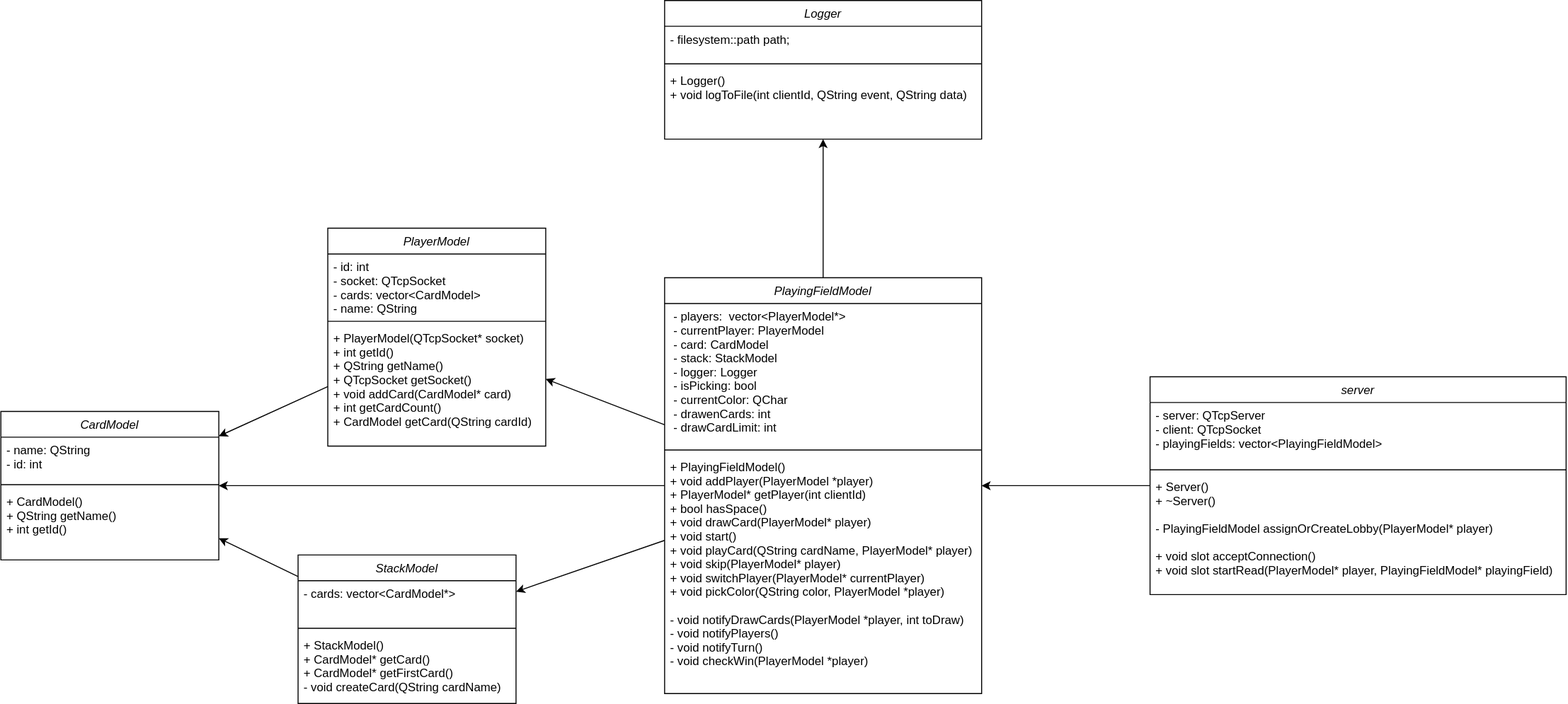
This is UNO_Server.svg from MaikScheler/uno, a draw.io export, as it was before one commit. Source tidied: cells renumbered, new cells last; positions are measured from the earlier drawing's top-left corner, leaving out a move shared by most shapes. The source it was exported from:
```xml
<mxGraphModel>
  <root>
    <mxCell id="0" />
    <mxCell id="1" parent="0" />
    <mxCell id="2" value="CardModel" style="swimlane;fontStyle=2;align=center;verticalAlign=top;horizontal=1;startSize=26;rounded=0;shadow=0;strokeWidth=1;" parent="1" vertex="1">
      <mxGeometry y="415" width="220" height="150" as="geometry" />
    </mxCell>
    <mxCell id="3" value="- name: QString&#10;- id: int" style="text;align=left;verticalAlign=top;spacingLeft=4;spacingRight=4;overflow=hidden;" parent="2" vertex="1">
      <mxGeometry y="26" width="220" height="44" as="geometry" />
    </mxCell>
    <mxCell id="4" style="line;html=1;strokeWidth=1;align=left;verticalAlign=middle;spacingTop=-1;spacingLeft=3;spacingRight=3;labelPosition=right;" parent="2" vertex="1">
      <mxGeometry y="70" width="220" height="8" as="geometry" />
    </mxCell>
    <mxCell id="5" value="+ CardModel()&#10;+ QString getName()&#10;+ int getId()" style="text;align=left;verticalAlign=top;spacingLeft=4;spacingRight=4;overflow=hidden;" parent="2" vertex="1">
      <mxGeometry y="78" width="220" height="62" as="geometry" />
    </mxCell>
    <mxCell id="6" value="PlayerModel" style="swimlane;fontStyle=2;align=center;verticalAlign=top;horizontal=1;startSize=26;rounded=0;shadow=0;strokeWidth=1;" parent="1" vertex="1">
      <mxGeometry x="330" y="230" width="220" height="220" as="geometry" />
    </mxCell>
    <mxCell id="7" value="- id: int&#10;- socket: QTcpSocket&#10;- cards: vector&lt;CardModel&gt;&#10;- name: QString" style="text;align=left;verticalAlign=top;spacingLeft=4;spacingRight=4;overflow=hidden;" parent="6" vertex="1">
      <mxGeometry y="26" width="220" height="64" as="geometry" />
    </mxCell>
    <mxCell id="8" style="line;html=1;strokeWidth=1;align=left;verticalAlign=middle;spacingTop=-1;spacingLeft=3;spacingRight=3;labelPosition=right;" parent="6" vertex="1">
      <mxGeometry y="90" width="220" height="8" as="geometry" />
    </mxCell>
    <mxCell id="9" value="+ PlayerModel(QTcpSocket* socket)&#10;+ int getId()&#10;+ QString getName()&#10;+ QTcpSocket getSocket()&#10;+ void addCard(CardModel* card)&#10;+ int getCardCount()&#10;+ CardModel getCard(QString cardId)" style="text;align=left;verticalAlign=top;spacingLeft=4;spacingRight=4;overflow=hidden;" parent="6" vertex="1">
      <mxGeometry y="98" width="220" height="122" as="geometry" />
    </mxCell>
    <mxCell id="10" value="server" style="swimlane;fontStyle=2;align=center;verticalAlign=top;horizontal=1;startSize=26;rounded=0;shadow=0;strokeWidth=1;" parent="1" vertex="1">
      <mxGeometry x="1160" y="380" width="420" height="220" as="geometry" />
    </mxCell>
    <mxCell id="11" value="- server: QTcpServer&#10;- client: QTcpSocket&#10;- playingFields: vector&lt;PlayingFieldModel&gt;" style="text;align=left;verticalAlign=top;spacingLeft=4;spacingRight=4;overflow=hidden;" parent="10" vertex="1">
      <mxGeometry y="26" width="420" height="64" as="geometry" />
    </mxCell>
    <mxCell id="12" style="line;html=1;strokeWidth=1;align=left;verticalAlign=middle;spacingTop=-1;spacingLeft=3;spacingRight=3;labelPosition=right;" parent="10" vertex="1">
      <mxGeometry y="90" width="420" height="8" as="geometry" />
    </mxCell>
    <mxCell id="13" value="+ Server()&#10;+ ~Server()&#10;&#10;- PlayingFieldModel assignOrCreateLobby(PlayerModel* player)&#10;&#10;+ void slot acceptConnection()&#10;+ void slot startRead(PlayerModel* player, PlayingFieldModel* playingField)" style="text;align=left;verticalAlign=top;spacingLeft=4;spacingRight=4;overflow=hidden;" parent="10" vertex="1">
      <mxGeometry y="98" width="420" height="122" as="geometry" />
    </mxCell>
    <mxCell id="14" value="Logger" style="swimlane;fontStyle=2;align=center;verticalAlign=top;horizontal=1;startSize=26;rounded=0;shadow=0;strokeWidth=1;" parent="1" vertex="1">
      <mxGeometry x="670" width="320" height="140" as="geometry" />
    </mxCell>
    <mxCell id="15" value="- filesystem::path path;" style="text;align=left;verticalAlign=top;spacingLeft=4;spacingRight=4;overflow=hidden;" parent="14" vertex="1">
      <mxGeometry y="26" width="320" height="34" as="geometry" />
    </mxCell>
    <mxCell id="16" style="line;html=1;strokeWidth=1;align=left;verticalAlign=middle;spacingTop=-1;spacingLeft=3;spacingRight=3;labelPosition=right;" parent="14" vertex="1">
      <mxGeometry y="60" width="320" height="8" as="geometry" />
    </mxCell>
    <mxCell id="17" value="+ Logger()&#10;+ void logToFile(int clientId, QString event, QString data)" style="text;align=left;verticalAlign=top;spacingLeft=4;spacingRight=4;overflow=hidden;" parent="14" vertex="1">
      <mxGeometry y="68" width="320" height="72" as="geometry" />
    </mxCell>
    <mxCell id="18" value="PlayingFieldModel" style="swimlane;fontStyle=2;align=center;verticalAlign=top;horizontal=1;startSize=26;rounded=0;shadow=0;strokeWidth=1;" parent="1" vertex="1">
      <mxGeometry x="670" y="280" width="320" height="420" as="geometry" />
    </mxCell>
    <mxCell id="19" value=" - players:  vector&lt;PlayerModel*&gt;&#10; - currentPlayer: PlayerModel&#10; - card: CardModel&#10; - stack: StackModel&#10; - logger: Logger&#10; - isPicking: bool&#10; - currentColor: QChar&#10; - drawenCards: int&#10; - drawCardLimit: int" style="text;align=left;verticalAlign=top;spacingLeft=4;spacingRight=4;overflow=hidden;" parent="18" vertex="1">
      <mxGeometry y="26" width="320" height="144" as="geometry" />
    </mxCell>
    <mxCell id="20" style="line;html=1;strokeWidth=1;align=left;verticalAlign=middle;spacingTop=-1;spacingLeft=3;spacingRight=3;labelPosition=right;" parent="18" vertex="1">
      <mxGeometry y="170" width="320" height="8" as="geometry" />
    </mxCell>
    <mxCell id="21" value="+ PlayingFieldModel()&#10;+ void addPlayer(PlayerModel *player)&#10;+ PlayerModel* getPlayer(int clientId)&#10;+ bool hasSpace()&#10;+ void drawCard(PlayerModel* player)&#10;+ void start()&#10;+ void playCard(QString cardName, PlayerModel* player)&#10;+ void skip(PlayerModel* player)&#10;+ void switchPlayer(PlayerModel* currentPlayer)&#10;+ void pickColor(QString color, PlayerModel *player)&#10;&#10;- void notifyDrawCards(PlayerModel *player, int toDraw)&#10;- void notifyPlayers()&#10;- void notifyTurn()&#10;- void checkWin(PlayerModel *player)" style="text;align=left;verticalAlign=top;spacingLeft=4;spacingRight=4;overflow=hidden;" parent="18" vertex="1">
      <mxGeometry y="178" width="320" height="242" as="geometry" />
    </mxCell>
    <mxCell id="22" style="endArrow=classic;html=1;rounded=0;" parent="1" edge="1" source="10" target="18">
      <mxGeometry relative="1" as="geometry" />
    </mxCell>
    <mxCell id="23" style="endArrow=classic;html=1;rounded=0;" parent="1" edge="1" source="18" target="14">
      <mxGeometry relative="1" as="geometry" />
    </mxCell>
    <mxCell id="24" value="StackModel" style="swimlane;fontStyle=2;align=center;verticalAlign=top;horizontal=1;startSize=26;rounded=0;shadow=0;strokeWidth=1;" parent="1" vertex="1">
      <mxGeometry x="300" y="560" width="220" height="150" as="geometry" />
    </mxCell>
    <mxCell id="25" value="- cards: vector&lt;CardModel*&gt;" style="text;align=left;verticalAlign=top;spacingLeft=4;spacingRight=4;overflow=hidden;" parent="24" vertex="1">
      <mxGeometry y="26" width="220" height="44" as="geometry" />
    </mxCell>
    <mxCell id="26" style="line;html=1;strokeWidth=1;align=left;verticalAlign=middle;spacingTop=-1;spacingLeft=3;spacingRight=3;labelPosition=right;" parent="24" vertex="1">
      <mxGeometry y="70" width="220" height="8" as="geometry" />
    </mxCell>
    <mxCell id="27" value="+ StackModel()&#10;+ CardModel* getCard()&#10;+ CardModel* getFirstCard()&#10;- void createCard(QString cardName)" style="text;align=left;verticalAlign=top;spacingLeft=4;spacingRight=4;overflow=hidden;" parent="24" vertex="1">
      <mxGeometry y="78" width="220" height="62" as="geometry" />
    </mxCell>
    <mxCell id="28" style="endArrow=classic;html=1;rounded=0;" parent="1" edge="1" source="18" target="24">
      <mxGeometry relative="1" as="geometry" />
    </mxCell>
    <mxCell id="29" style="endArrow=classic;html=1;rounded=0;" parent="1" edge="1" source="24" target="2">
      <mxGeometry relative="1" as="geometry" />
    </mxCell>
    <mxCell id="30" style="endArrow=classic;html=1;rounded=0;" parent="1" edge="1" source="6" target="2">
      <mxGeometry relative="1" as="geometry" />
    </mxCell>
    <mxCell id="31" style="endArrow=classic;html=1;rounded=0;" parent="1" edge="1" source="18" target="6">
      <mxGeometry relative="1" as="geometry" />
    </mxCell>
    <mxCell id="32" style="endArrow=classic;html=1;rounded=0;" parent="1" edge="1" source="18" target="2">
      <mxGeometry relative="1" as="geometry" />
    </mxCell>
  </root>
</mxGraphModel>
```
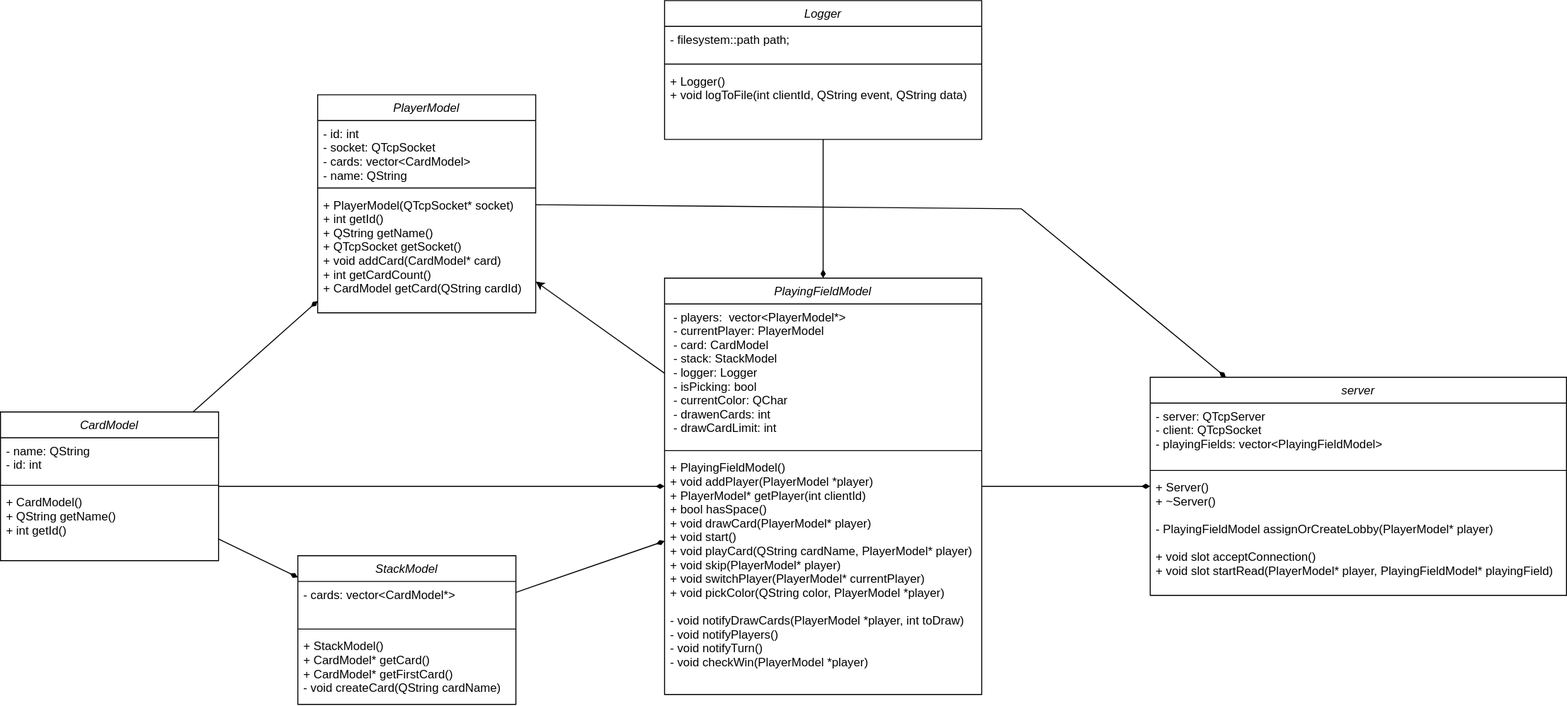
Later version of the same file.

Commit message:
newer diagram

The edit, as a diff of the source:
```diff
@@ -15,7 +15,7 @@
       <mxGeometry y="78" width="220" height="62" as="geometry" />
     </mxCell>
     <mxCell id="6" value="PlayerModel" style="swimlane;fontStyle=2;align=center;verticalAlign=top;horizontal=1;startSize=26;rounded=0;shadow=0;strokeWidth=1;" parent="1" vertex="1">
-      <mxGeometry x="330" y="230" width="220" height="220" as="geometry" />
+      <mxGeometry x="320" y="95" width="220" height="220" as="geometry" />
     </mxCell>
     <mxCell id="7" value="- id: int&#10;- socket: QTcpSocket&#10;- cards: vector&lt;CardModel&gt;&#10;- name: QString" style="text;align=left;verticalAlign=top;spacingLeft=4;spacingRight=4;overflow=hidden;" parent="6" vertex="1">
       <mxGeometry y="26" width="220" height="64" as="geometry" />
@@ -62,10 +62,10 @@
     <mxCell id="21" value="+ PlayingFieldModel()&#10;+ void addPlayer(PlayerModel *player)&#10;+ PlayerModel* getPlayer(int clientId)&#10;+ bool hasSpace()&#10;+ void drawCard(PlayerModel* player)&#10;+ void start()&#10;+ void playCard(QString cardName, PlayerModel* player)&#10;+ void skip(PlayerModel* player)&#10;+ void switchPlayer(PlayerModel* currentPlayer)&#10;+ void pickColor(QString color, PlayerModel *player)&#10;&#10;- void notifyDrawCards(PlayerModel *player, int toDraw)&#10;- void notifyPlayers()&#10;- void notifyTurn()&#10;- void checkWin(PlayerModel *player)" style="text;align=left;verticalAlign=top;spacingLeft=4;spacingRight=4;overflow=hidden;" parent="18" vertex="1">
       <mxGeometry y="178" width="320" height="242" as="geometry" />
     </mxCell>
-    <mxCell id="22" style="endArrow=classic;html=1;rounded=0;" parent="1" edge="1" source="10" target="18">
+    <mxCell id="22" style="endArrow=none;html=1;rounded=0;startArrow=diamondThin;startFill=1;endFill=0;" parent="1" edge="1" source="10" target="18">
       <mxGeometry relative="1" as="geometry" />
     </mxCell>
-    <mxCell id="23" style="endArrow=classic;html=1;rounded=0;" parent="1" edge="1" source="18" target="14">
+    <mxCell id="23" style="endArrow=none;html=1;rounded=0;startArrow=diamondThin;startFill=1;endFill=0;" parent="1" edge="1" source="18" target="14">
       <mxGeometry relative="1" as="geometry" />
     </mxCell>
     <mxCell id="24" value="StackModel" style="swimlane;fontStyle=2;align=center;verticalAlign=top;horizontal=1;startSize=26;rounded=0;shadow=0;strokeWidth=1;" parent="1" vertex="1">
@@ -80,20 +80,27 @@
     <mxCell id="27" value="+ StackModel()&#10;+ CardModel* getCard()&#10;+ CardModel* getFirstCard()&#10;- void createCard(QString cardName)" style="text;align=left;verticalAlign=top;spacingLeft=4;spacingRight=4;overflow=hidden;" parent="24" vertex="1">
       <mxGeometry y="78" width="220" height="62" as="geometry" />
     </mxCell>
-    <mxCell id="28" style="endArrow=classic;html=1;rounded=0;" parent="1" edge="1" source="18" target="24">
+    <mxCell id="28" style="endArrow=none;html=1;rounded=0;startArrow=diamondThin;startFill=1;endFill=0;" parent="1" edge="1" source="18" target="24">
       <mxGeometry relative="1" as="geometry" />
     </mxCell>
-    <mxCell id="29" style="endArrow=classic;html=1;rounded=0;" parent="1" edge="1" source="24" target="2">
+    <mxCell id="29" style="endArrow=none;html=1;rounded=0;startArrow=diamondThin;startFill=1;endFill=0;" parent="1" edge="1" source="24" target="2">
       <mxGeometry relative="1" as="geometry" />
     </mxCell>
-    <mxCell id="30" style="endArrow=classic;html=1;rounded=0;" parent="1" edge="1" source="6" target="2">
+    <mxCell id="30" style="endArrow=none;html=1;rounded=0;startArrow=diamondThin;startFill=1;endFill=0;" parent="1" edge="1" source="6" target="2">
       <mxGeometry relative="1" as="geometry" />
     </mxCell>
     <mxCell id="31" style="endArrow=classic;html=1;rounded=0;" parent="1" edge="1" source="18" target="6">
       <mxGeometry relative="1" as="geometry" />
     </mxCell>
-    <mxCell id="32" style="endArrow=classic;html=1;rounded=0;" parent="1" edge="1" source="18" target="2">
+    <mxCell id="32" style="endArrow=none;html=1;rounded=0;startArrow=diamondThin;startFill=1;endFill=0;" parent="1" edge="1" source="18" target="2">
       <mxGeometry relative="1" as="geometry" />
     </mxCell>
+    <mxCell id="33" style="endArrow=none;html=1;rounded=0;startArrow=diamondThin;startFill=1;endFill=0;" parent="1" edge="1" source="10" target="6">
+      <mxGeometry relative="1" as="geometry">
+        <Array as="points">
+          <mxPoint x="1030" y="210" />
+        </Array>
+      </mxGeometry>
+    </mxCell>
   </root>
 </mxGraphModel>
```
